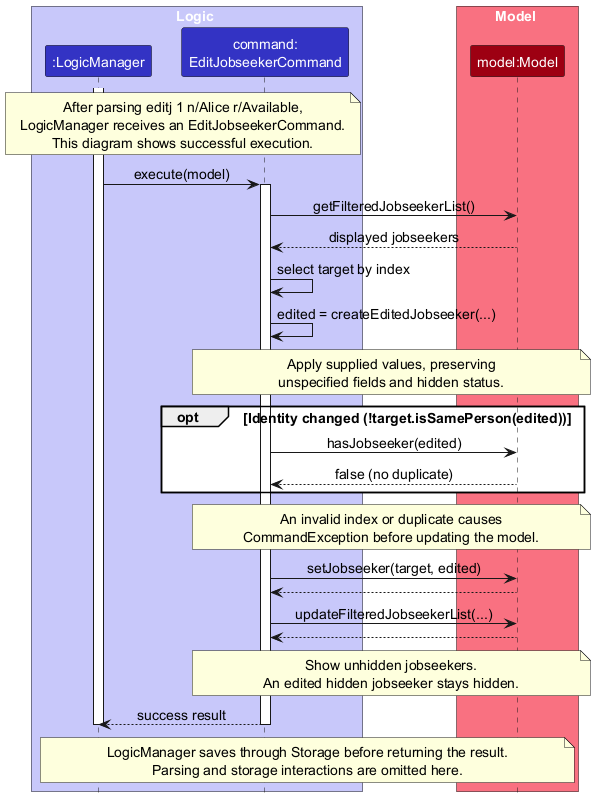
The PlantUML diagram docs/images/EditJobseekerSequenceDiagram.png in AY2627S1-CS2103T-F10-4/tp, before a commit.
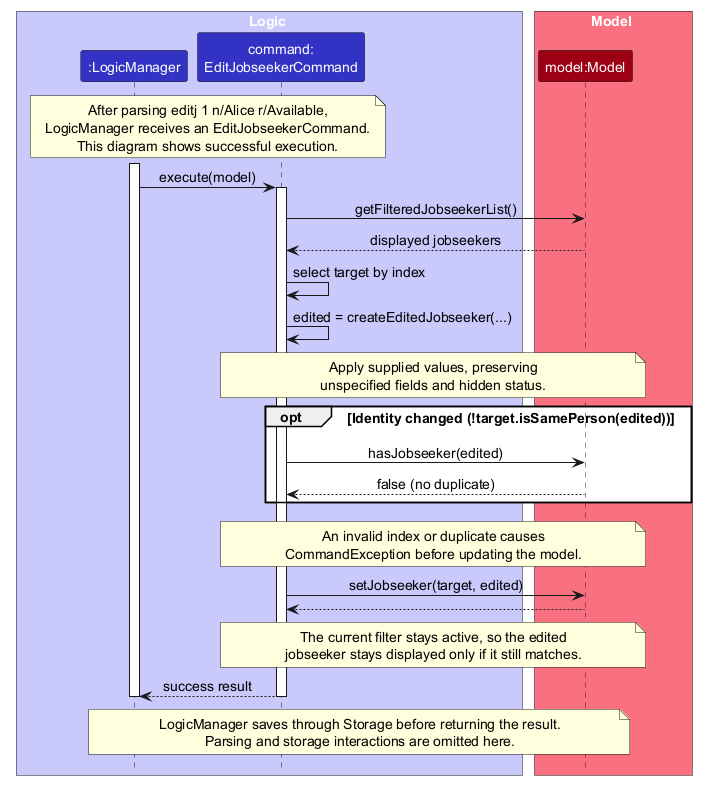
After the commit.

Commit message:
Fix stale filter claim in DG Edit section

What changed in the source:
```diff
@@ -37,11 +37,9 @@
 end note
 Command -> Model : setJobseeker(target, edited)
 Model --> Command
-Command -> Model : updateFilteredJobseekerList(...)
-Model --> Command
 note over Command, Model
-  Show unhidden jobseekers.
-  An edited hidden jobseeker stays hidden.
+  The current filter stays active, so the edited
+  jobseeker stays displayed only if it still matches.
 end note
 Command --> Logic : success result
 deactivate Command
```
